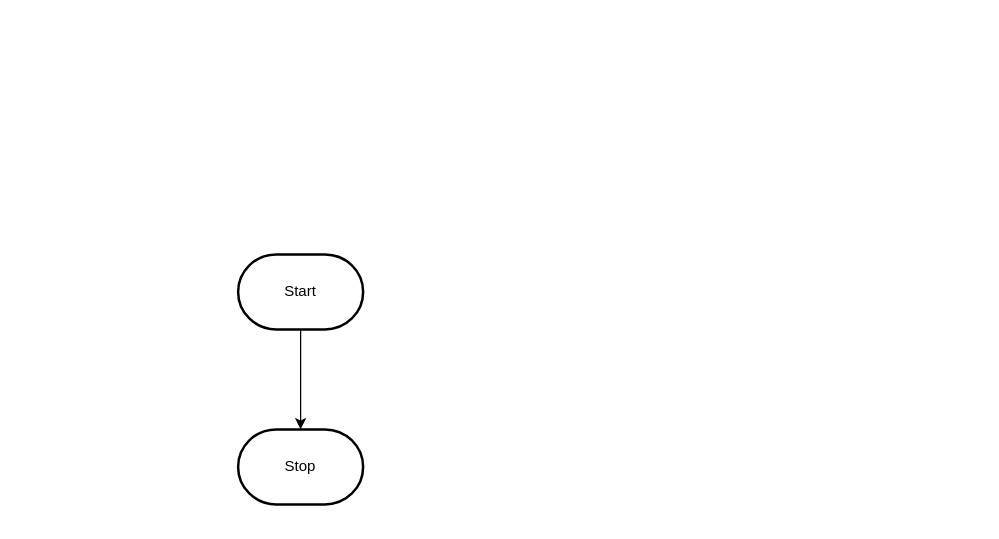
Above: design/flowchart.drawio in MTHS-ICD2O-1-2023/ICD2O-Unit-3-04-Julianne-Leblanc-Peltier (draw.io), before the change. Source tidied: cells renumbered, new cells numbered last; positions are measured from the earlier drawing's top-left corner, leaving out a move shared by most shapes. Both pictures are drawn from the tidied source at 125%, with x=0, y=0 at pixel (238, 254).
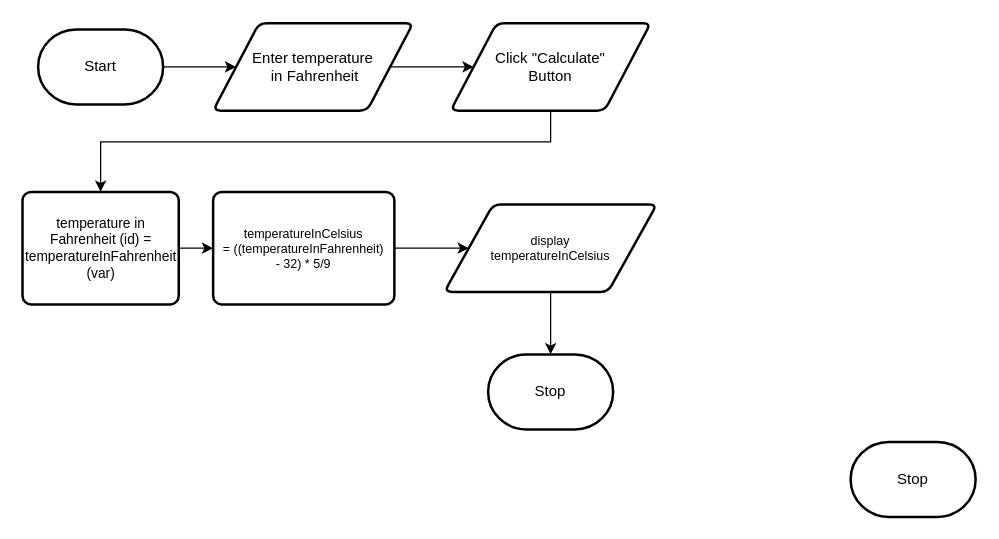
After the change.

Commit message (it also covers changes not shown here):
storyboard+ flowchrt

Diff of the diagram source:
```diff
@@
 <mxGraphModel>
   <root>
     <mxCell id="0" />
     <mxCell id="1" parent="0" />
-    <mxCell id="2" style="edgeStyle=orthogonalEdgeStyle;html=1;rounded=0;" parent="1" edge="1" source="3" target="4">
-      <mxGeometry relative="1" as="geometry" />
-    </mxCell>
+    <mxCell id="5" style="edgeStyle=none;html=1;exitX=1;exitY=0.5;exitDx=0;exitDy=0;exitPerimeter=0;entryX=0;entryY=0.5;entryDx=0;entryDy=0;" parent="1" edge="1" source="3" target="2">
+      <mxGeometry relative="1" as="geometry" />
+    </mxCell>
     <mxCell id="3" value="Start" style="strokeWidth=2;html=1;shape=mxgraph.flowchart.terminator;whiteSpace=wrap;" parent="1" vertex="1">
-      <mxGeometry width="100" height="60" as="geometry" />
+      <mxGeometry x="-160" y="-180" width="100" height="60" as="geometry" />
     </mxCell>
     <mxCell id="4" value="Stop" style="strokeWidth=2;html=1;shape=mxgraph.flowchart.terminator;whiteSpace=wrap;" parent="1" vertex="1">
-      <mxGeometry y="140" width="100" height="60" as="geometry" />
+      <mxGeometry x="490" y="150" width="100" height="60" as="geometry" />
     </mxCell>
+    <mxCell id="6" style="edgeStyle=none;html=1;exitX=1;exitY=0.5;exitDx=0;exitDy=0;" parent="1" edge="1" source="2" target="8">
+      <mxGeometry relative="1" as="geometry" />
+    </mxCell>
+    <mxCell id="2" value="Enter temperature&lt;br&gt;&amp;nbsp;in Fahrenheit" style="shape=parallelogram;html=1;strokeWidth=2;perimeter=parallelogramPerimeter;whiteSpace=wrap;rounded=1;arcSize=12;size=0.23;" parent="1" vertex="1">
+      <mxGeometry x="-20" y="-185" width="160" height="70" as="geometry" />
+    </mxCell>
+    <mxCell id="7" style="edgeStyle=none;html=1;exitX=0.5;exitY=1;exitDx=0;exitDy=0;entryX=0.5;entryY=0;entryDx=0;entryDy=0;fontSize=10;rounded=0;" parent="1" edge="1" source="8" target="12">
+      <mxGeometry relative="1" as="geometry">
+        <Array as="points">
+          <mxPoint x="250" y="-90" />
+          <mxPoint x="-110" y="-90" />
+        </Array>
+      </mxGeometry>
+    </mxCell>
+    <mxCell id="8" value="Click &quot;Calculate&quot; &lt;br&gt;Button" style="shape=parallelogram;html=1;strokeWidth=2;perimeter=parallelogramPerimeter;whiteSpace=wrap;rounded=1;arcSize=12;size=0.23;" parent="1" vertex="1">
+      <mxGeometry x="170" y="-185" width="160" height="70" as="geometry" />
+    </mxCell>
+    <mxCell id="9" style="edgeStyle=none;rounded=0;html=1;exitX=1;exitY=0.5;exitDx=0;exitDy=0;entryX=0;entryY=0.5;entryDx=0;entryDy=0;fontSize=10;" parent="1" edge="1" source="10" target="14">
+      <mxGeometry relative="1" as="geometry" />
+    </mxCell>
+    <mxCell id="10" value="temperatureInCelsius =&amp;nbsp;((temperatureInFahrenheit) &lt;br&gt;- 32) * 5/9" style="rounded=1;whiteSpace=wrap;html=1;absoluteArcSize=1;arcSize=14;strokeWidth=2;fontSize=10;" parent="1" vertex="1">
+      <mxGeometry x="-20" y="-50" width="145" height="90" as="geometry" />
+    </mxCell>
+    <mxCell id="11" style="edgeStyle=none;rounded=0;html=1;exitX=1;exitY=0.5;exitDx=0;exitDy=0;fontSize=10;" parent="1" edge="1" source="12" target="10">
+      <mxGeometry relative="1" as="geometry" />
+    </mxCell>
+    <mxCell id="12" value="temperature in Fahrenheit (id) = temperatureInFahrenheit (var)" style="rounded=1;whiteSpace=wrap;html=1;absoluteArcSize=1;arcSize=14;strokeWidth=2;fontSize=11;" parent="1" vertex="1">
+      <mxGeometry x="-172.5" y="-50" width="125" height="90" as="geometry" />
+    </mxCell>
+    <mxCell id="13" style="edgeStyle=none;rounded=0;html=1;exitX=0.5;exitY=1;exitDx=0;exitDy=0;entryX=0.5;entryY=0;entryDx=0;entryDy=0;entryPerimeter=0;fontSize=10;" parent="1" edge="1" source="14" target="15">
+      <mxGeometry relative="1" as="geometry" />
+    </mxCell>
+    <mxCell id="14" value="display&lt;br&gt;temperatureInCelsius" style="shape=parallelogram;html=1;strokeWidth=2;perimeter=parallelogramPerimeter;whiteSpace=wrap;rounded=1;arcSize=12;size=0.23;fontSize=10;" parent="1" vertex="1">
+      <mxGeometry x="165" y="-40" width="170" height="70" as="geometry" />
+    </mxCell>
+    <mxCell id="15" value="Stop" style="strokeWidth=2;html=1;shape=mxgraph.flowchart.terminator;whiteSpace=wrap;" parent="1" vertex="1">
+      <mxGeometry x="200" y="80" width="100" height="60" as="geometry" />
+    </mxCell>
   </root>
 </mxGraphModel>
```
